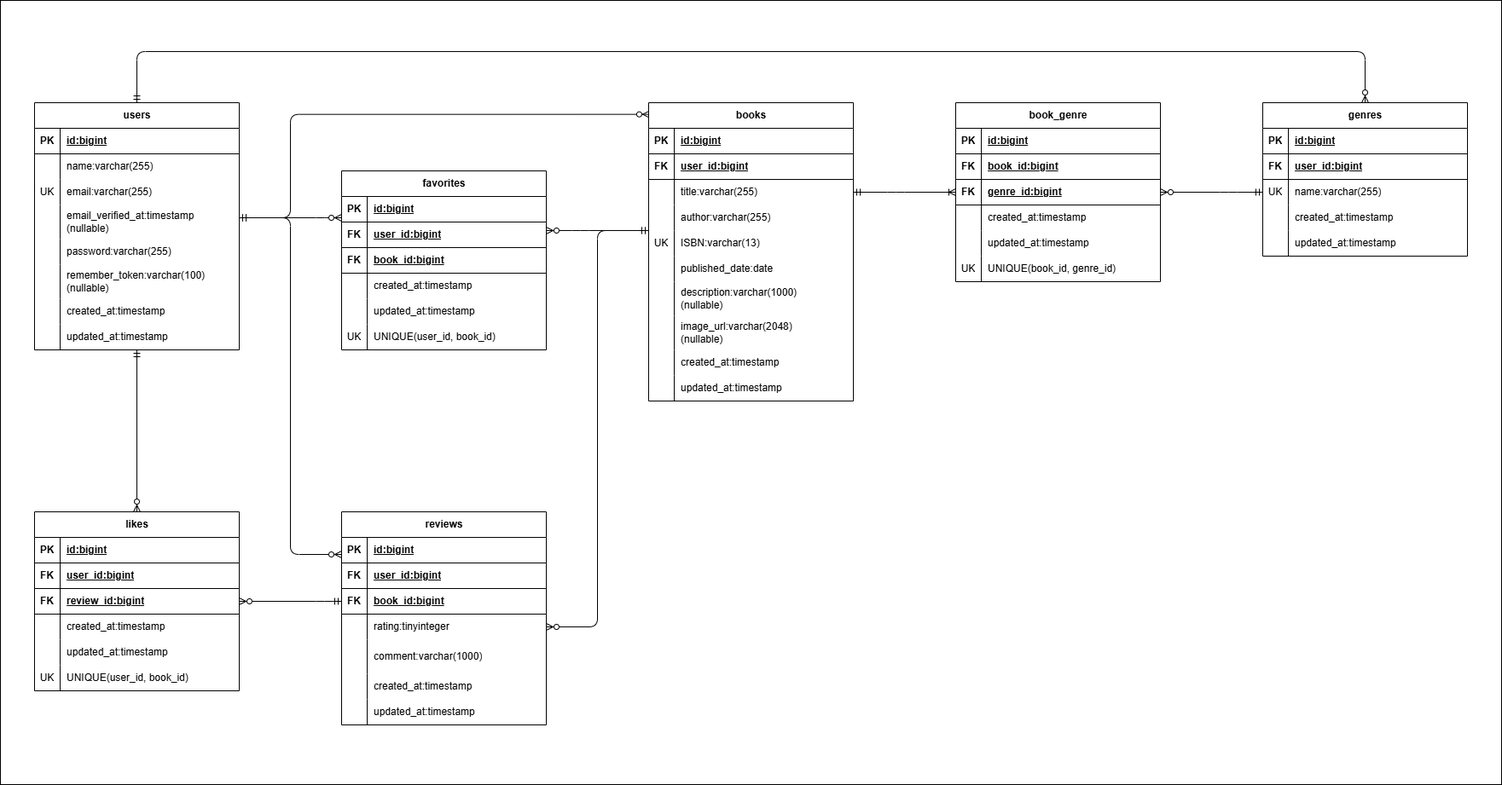
tasuku1209/bookshelf-app keeps this draw.io diagram as docs/ER.png. Above is the earlier version. Source tidied: cells renumbered, new cells last; positions are measured from the earlier drawing's top-left corner, leaving out a move shared by most shapes.
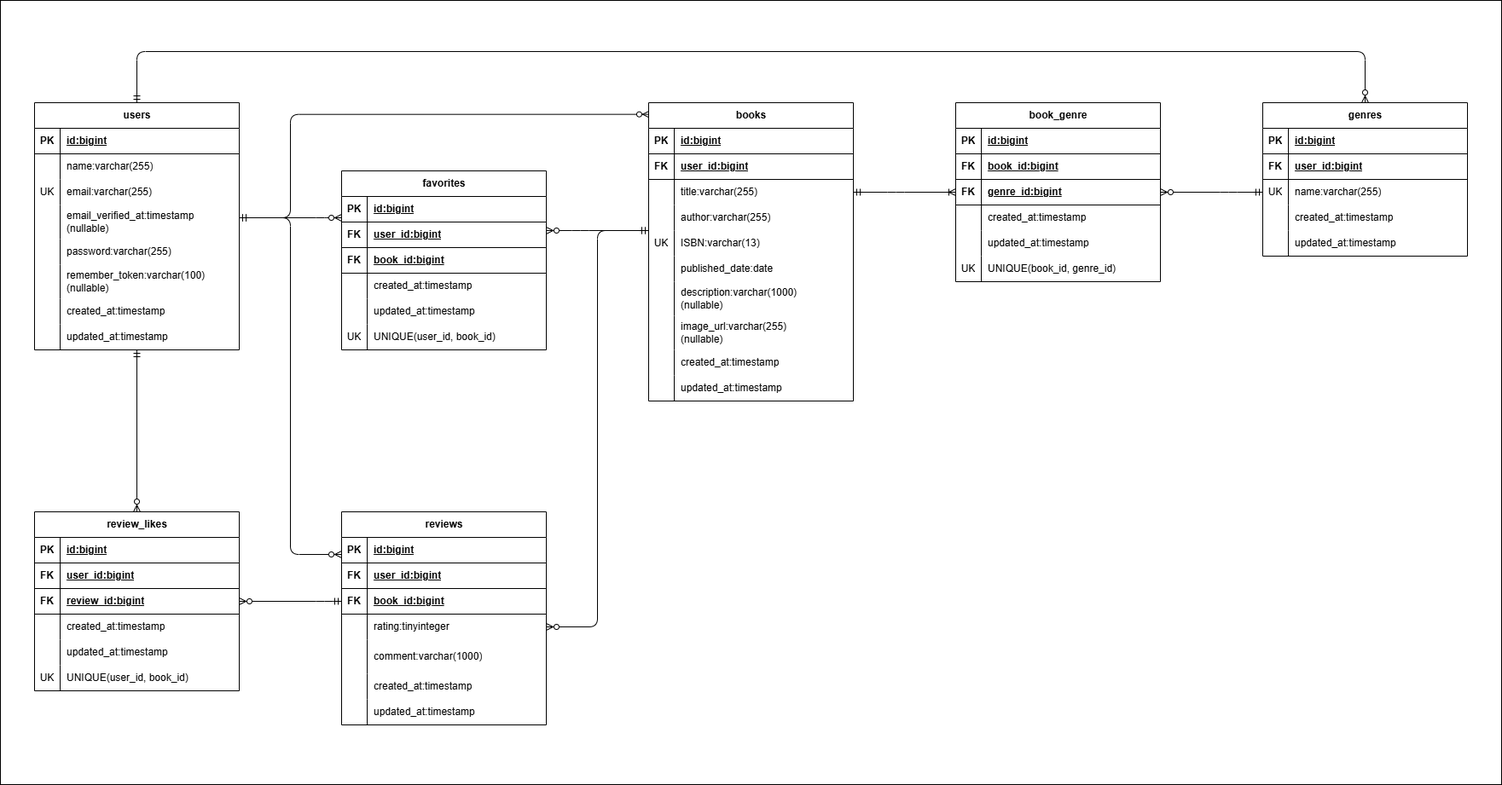
The same file after the commit.

Commit message:
feat/#33-ER図修正、reviewlikeSeeder修正

The edit, as a diff of the source:
```diff
@@ -259,7 +259,7 @@
     <mxCell id="75" style="shape=partialRectangle;fillColor=none;top=0;left=0;bottom=0;right=0;overflow=hidden;whiteSpace=wrap;html=1;" parent="74" vertex="1">
       <mxGeometry width="30" height="40" as="geometry" />
     </mxCell>
-    <mxCell id="76" value="&lt;span style=&quot;color: rgb(0, 0, 0);&quot;&gt;image_url:varchar(2048)&lt;/span&gt;&lt;div&gt;&lt;span style=&quot;color: rgb(0, 0, 0);&quot;&gt;(nullable)&lt;/span&gt;&lt;/div&gt;" style="shape=partialRectangle;fillColor=none;top=0;left=0;bottom=0;right=0;align=left;spacingLeft=6;overflow=hidden;whiteSpace=wrap;html=1;" parent="74" vertex="1">
+    <mxCell id="76" value="&lt;span style=&quot;color: rgb(0, 0, 0);&quot;&gt;image_url:varchar(255)&lt;/span&gt;&lt;div&gt;&lt;span style=&quot;color: rgb(0, 0, 0);&quot;&gt;(nullable)&lt;/span&gt;&lt;/div&gt;" style="shape=partialRectangle;fillColor=none;top=0;left=0;bottom=0;right=0;align=left;spacingLeft=6;overflow=hidden;whiteSpace=wrap;html=1;" parent="74" vertex="1">
       <mxGeometry x="30" width="210" height="40" as="geometry" />
     </mxCell>
     <mxCell id="77" style="shape=tableRow;horizontal=0;startSize=0;swimlaneHead=0;swimlaneBody=0;fillColor=none;top=0;left=0;right=0;bottom=0;" parent="52" vertex="1">
@@ -468,7 +468,7 @@
     <mxCell id="143" value="UNIQUE(user_id, book_id)" style="shape=partialRectangle;fillColor=none;top=0;left=0;bottom=0;right=0;align=left;spacingLeft=6;overflow=hidden;whiteSpace=wrap;html=1;" parent="141" vertex="1">
       <mxGeometry x="30" width="210" height="30" as="geometry" />
     </mxCell>
-    <mxCell id="144" value="likes" style="shape=table;startSize=30;rowLines=0;fontStyle=1;align=center;html=1;" parent="1" vertex="1">
+    <mxCell id="144" value="review_likes" style="shape=table;startSize=30;rowLines=0;fontStyle=1;align=center;html=1;" parent="1" vertex="1">
       <mxGeometry x="40" y="600" width="240" height="210" as="geometry" />
     </mxCell>
     <mxCell id="145" style="shape=tableRow;horizontal=0;startSize=0;swimlaneHead=0;swimlaneBody=0;fillColor=none;top=0;left=0;right=0;bottom=1;" parent="144" vertex="1">
```
